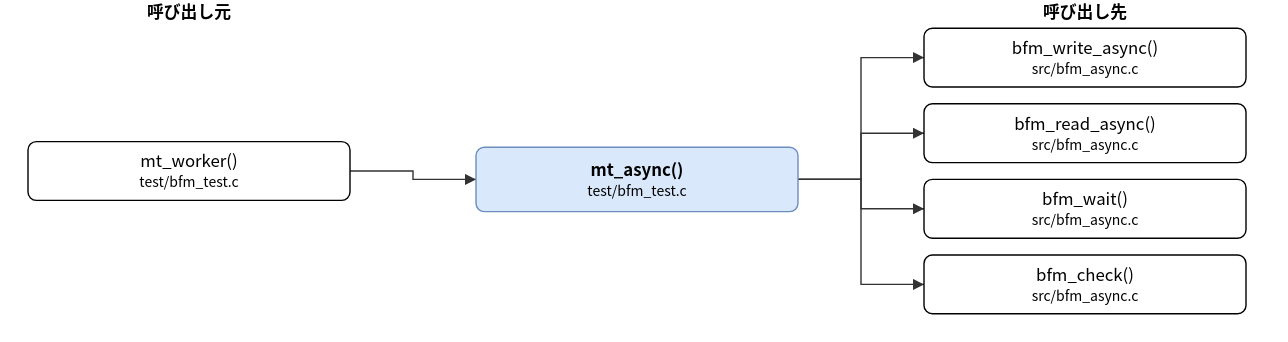
Above: doc/spec/images/call_test_bfm_test-mt_async.drawio.svg in hf355051012-ai/bfmem (draw.io), before the change. Source tidied: cells renumbered, new cells last; positions are measured from the earlier drawing's top-left corner, leaving out a move shared by most shapes.
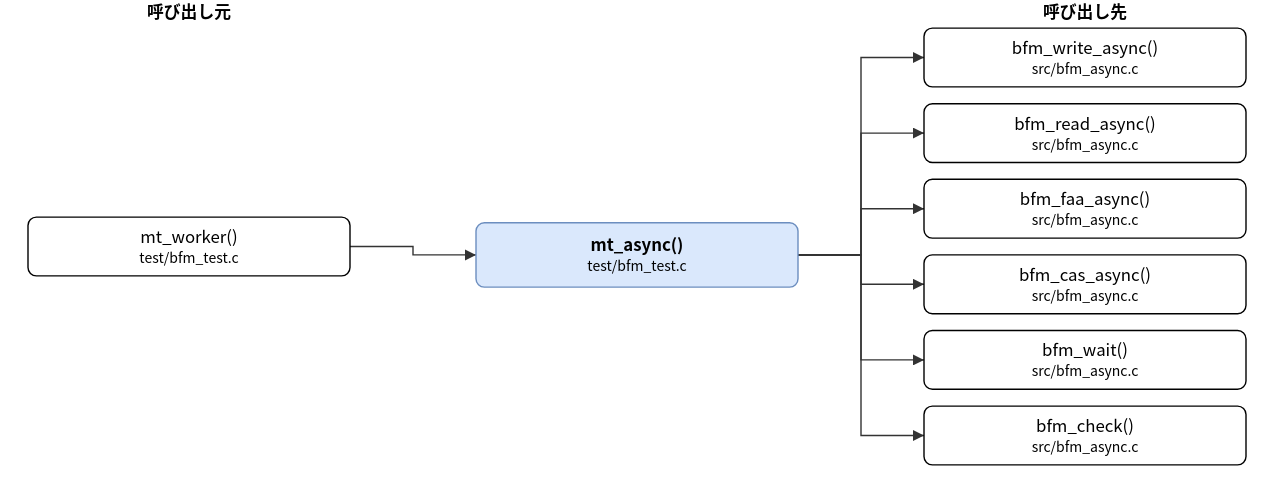
Later version of the same file.

Diff of the diagram source:
```diff
@@ -3,10 +3,10 @@
     <mxCell id="0" />
     <mxCell id="1" parent="0" />
     <mxCell id="2" value="mt_async()&lt;br&gt;&lt;font style=&quot;font-size:10px&quot;&gt;test/bfm_test.c&lt;/font&gt;" style="rounded=1;whiteSpace=wrap;html=1;fillColor=#dae8fc;strokeColor=#6c8ebf;fontStyle=1;" parent="1" vertex="1">
-      <mxGeometry x="320" y="105" width="230" height="46" as="geometry" />
+      <mxGeometry x="320" y="159" width="230" height="46" as="geometry" />
     </mxCell>
     <mxCell id="3" value="mt_worker()&lt;br&gt;&lt;font style=&quot;font-size:10px&quot;&gt;test/bfm_test.c&lt;/font&gt;" style="rounded=1;whiteSpace=wrap;html=1;" parent="1" vertex="1">
-      <mxGeometry y="101" width="230" height="42" as="geometry" />
+      <mxGeometry y="155" width="230" height="42" as="geometry" />
     </mxCell>
     <mxCell id="4" value="bfm_write_async()&lt;br&gt;&lt;font style=&quot;font-size:10px&quot;&gt;src/bfm_async.c&lt;/font&gt;" style="rounded=1;whiteSpace=wrap;html=1;" parent="1" vertex="1">
       <mxGeometry x="640" y="20" width="230" height="42" as="geometry" />
@@ -14,24 +14,30 @@
     <mxCell id="5" value="bfm_read_async()&lt;br&gt;&lt;font style=&quot;font-size:10px&quot;&gt;src/bfm_async.c&lt;/font&gt;" style="rounded=1;whiteSpace=wrap;html=1;" parent="1" vertex="1">
       <mxGeometry x="640" y="74" width="230" height="42" as="geometry" />
     </mxCell>
-    <mxCell id="6" value="bfm_wait()&lt;br&gt;&lt;font style=&quot;font-size:10px&quot;&gt;src/bfm_async.c&lt;/font&gt;" style="rounded=1;whiteSpace=wrap;html=1;" parent="1" vertex="1">
+    <mxCell id="6" value="bfm_faa_async()&lt;br&gt;&lt;font style=&quot;font-size:10px&quot;&gt;src/bfm_async.c&lt;/font&gt;" style="rounded=1;whiteSpace=wrap;html=1;" parent="1" vertex="1">
       <mxGeometry x="640" y="128" width="230" height="42" as="geometry" />
     </mxCell>
-    <mxCell id="7" value="bfm_check()&lt;br&gt;&lt;font style=&quot;font-size:10px&quot;&gt;src/bfm_async.c&lt;/font&gt;" style="rounded=1;whiteSpace=wrap;html=1;" parent="1" vertex="1">
+    <mxCell id="7" value="bfm_cas_async()&lt;br&gt;&lt;font style=&quot;font-size:10px&quot;&gt;src/bfm_async.c&lt;/font&gt;" style="rounded=1;whiteSpace=wrap;html=1;" parent="1" vertex="1">
       <mxGeometry x="640" y="182" width="230" height="42" as="geometry" />
     </mxCell>
+    <mxCell id="15" value="bfm_wait()&lt;br&gt;&lt;font style=&quot;font-size:10px&quot;&gt;src/bfm_async.c&lt;/font&gt;" style="rounded=1;whiteSpace=wrap;html=1;" parent="1" vertex="1">
+      <mxGeometry x="640" y="236" width="230" height="42" as="geometry" />
+    </mxCell>
+    <mxCell id="16" value="bfm_check()&lt;br&gt;&lt;font style=&quot;font-size:10px&quot;&gt;src/bfm_async.c&lt;/font&gt;" style="rounded=1;whiteSpace=wrap;html=1;" parent="1" vertex="1">
+      <mxGeometry x="640" y="290" width="230" height="42" as="geometry" />
+    </mxCell>
     <mxCell id="8" style="edgeStyle=none;html=1;rounded=0;endArrow=block;endFill=1;exitX=1.0000;exitY=0.5000;exitDx=0;exitDy=0;exitPerimeter=0;entryX=0.0000;entryY=0.5000;entryDx=0;entryDy=0;entryPerimeter=0;" parent="1" edge="1" source="3" target="2">
       <mxGeometry relative="1" as="geometry">
         <Array as="points">
-          <mxPoint x="275" y="122" />
-          <mxPoint x="275" y="128" />
+          <mxPoint x="275" y="176" />
+          <mxPoint x="275" y="182" />
         </Array>
       </mxGeometry>
     </mxCell>
     <mxCell id="9" style="edgeStyle=none;html=1;rounded=0;endArrow=block;endFill=1;exitX=1.0000;exitY=0.5000;exitDx=0;exitDy=0;exitPerimeter=0;entryX=0.0000;entryY=0.5000;entryDx=0;entryDy=0;entryPerimeter=0;" parent="1" edge="1" source="2" target="4">
       <mxGeometry relative="1" as="geometry">
         <Array as="points">
-          <mxPoint x="595" y="128" />
+          <mxPoint x="595" y="182" />
           <mxPoint x="595" y="41" />
         </Array>
       </mxGeometry>
@@ -39,7 +45,7 @@
     <mxCell id="10" style="edgeStyle=none;html=1;rounded=0;endArrow=block;endFill=1;exitX=1.0000;exitY=0.5000;exitDx=0;exitDy=0;exitPerimeter=0;entryX=0.0000;entryY=0.5000;entryDx=0;entryDy=0;entryPerimeter=0;" parent="1" edge="1" source="2" target="5">
       <mxGeometry relative="1" as="geometry">
         <Array as="points">
-          <mxPoint x="595" y="128" />
+          <mxPoint x="595" y="182" />
           <mxPoint x="595" y="95" />
         </Array>
       </mxGeometry>
@@ -47,7 +53,7 @@
     <mxCell id="11" style="edgeStyle=none;html=1;rounded=0;endArrow=block;endFill=1;exitX=1.0000;exitY=0.5000;exitDx=0;exitDy=0;exitPerimeter=0;entryX=0.0000;entryY=0.5000;entryDx=0;entryDy=0;entryPerimeter=0;" parent="1" edge="1" source="2" target="6">
       <mxGeometry relative="1" as="geometry">
         <Array as="points">
-          <mxPoint x="595" y="128" />
+          <mxPoint x="595" y="182" />
           <mxPoint x="595" y="149" />
         </Array>
       </mxGeometry>
@@ -55,11 +61,27 @@
     <mxCell id="12" style="edgeStyle=none;html=1;rounded=0;endArrow=block;endFill=1;exitX=1.0000;exitY=0.5000;exitDx=0;exitDy=0;exitPerimeter=0;entryX=0.0000;entryY=0.5000;entryDx=0;entryDy=0;entryPerimeter=0;" parent="1" edge="1" source="2" target="7">
       <mxGeometry relative="1" as="geometry">
         <Array as="points">
-          <mxPoint x="595" y="128" />
+          <mxPoint x="595" y="182" />
           <mxPoint x="595" y="203" />
         </Array>
       </mxGeometry>
     </mxCell>
+    <mxCell id="17" style="edgeStyle=none;html=1;rounded=0;endArrow=block;endFill=1;exitX=1.0000;exitY=0.5000;exitDx=0;exitDy=0;exitPerimeter=0;entryX=0.0000;entryY=0.5000;entryDx=0;entryDy=0;entryPerimeter=0;" parent="1" edge="1" source="2" target="15">
+      <mxGeometry relative="1" as="geometry">
+        <Array as="points">
+          <mxPoint x="595" y="182" />
+          <mxPoint x="595" y="257" />
+        </Array>
+      </mxGeometry>
+    </mxCell>
+    <mxCell id="18" style="edgeStyle=none;html=1;rounded=0;endArrow=block;endFill=1;exitX=1.0000;exitY=0.5000;exitDx=0;exitDy=0;exitPerimeter=0;entryX=0.0000;entryY=0.5000;entryDx=0;entryDy=0;entryPerimeter=0;" parent="1" edge="1" source="2" target="16">
+      <mxGeometry relative="1" as="geometry">
+        <Array as="points">
+          <mxPoint x="595" y="182" />
+          <mxPoint x="595" y="311" />
+        </Array>
+      </mxGeometry>
+    </mxCell>
     <mxCell id="13" value="呼び出し元" style="text;html=1;align=center;fontStyle=1;" parent="1" vertex="1">
       <mxGeometry x="35" width="160" height="18" as="geometry" />
     </mxCell>
```
